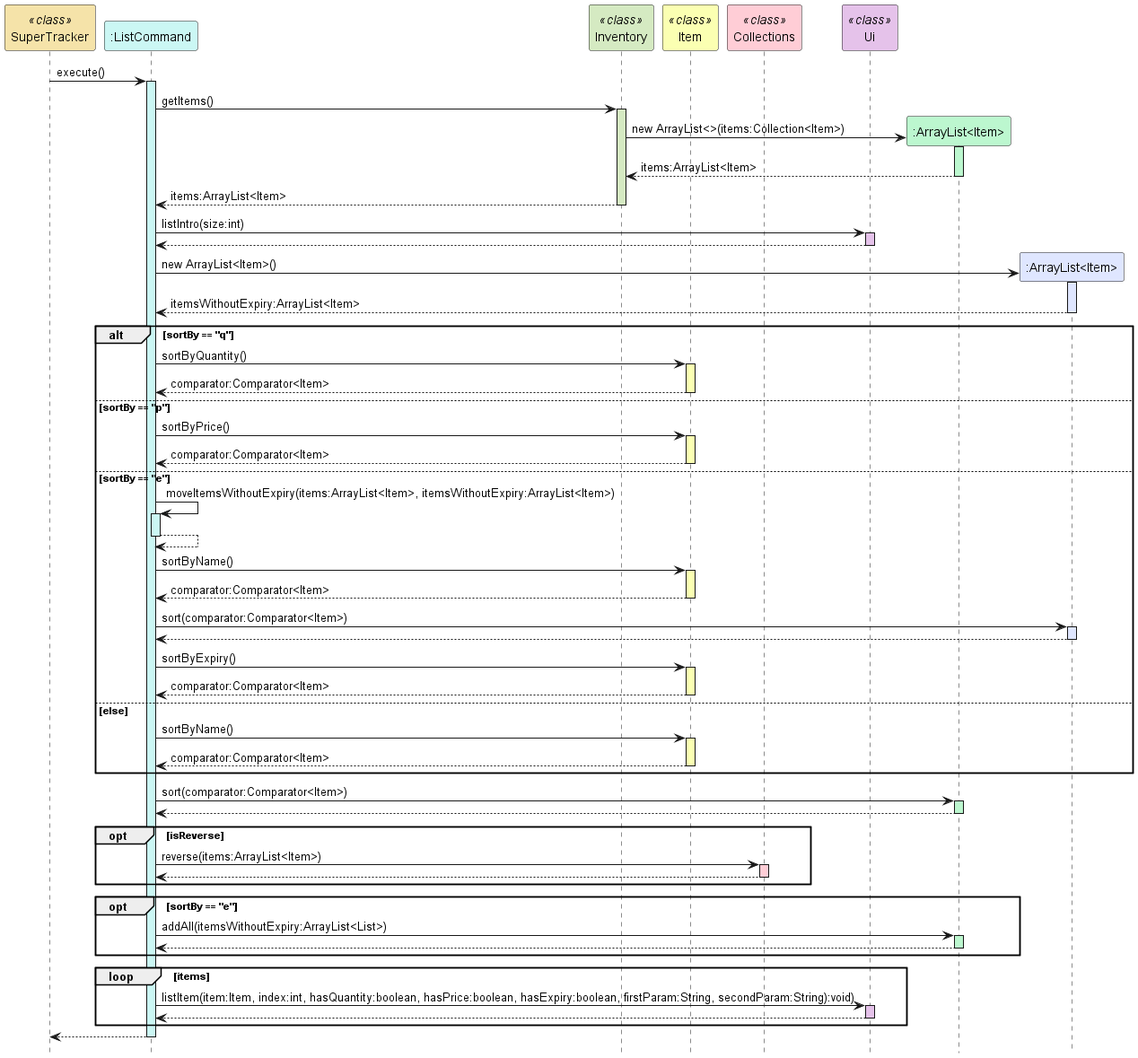
The PlantUML diagram docs/uml-diagrams/ListCommandSequence.png in rismm/tp, before a commit.
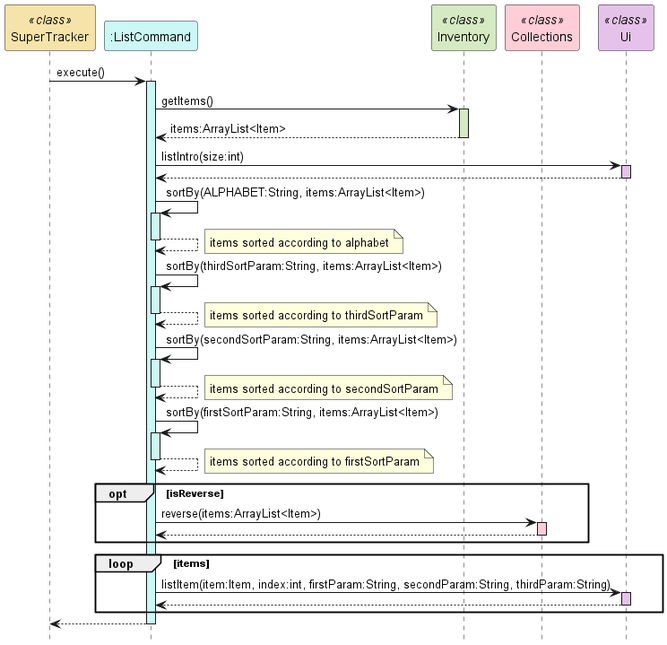
Later version of the same file.

Commit message:
Update UML diagrams for list command

Change to the diagram source:
```diff
@@ -3,22 +3,14 @@
 participant "SuperTracker" as SuperTracker <<class>> #f5e3a9
 participant ":ListCommand" as ListCommand #cbf7f4
 participant "Inventory" as Inventory <<class>> #d5eac2
-participant "Item" as Item <<class>> #fbffb2
 participant "Collections" as Collections <<class>> #ffcdd6
 participant "Ui" as Ui <<class>> #e5c2ea
-participant ":ArrayList<Item>" as ArrayList #bcf7cf
-participant ":ArrayList<Item>" as ArrayList2 #dfe6ff
 
 SuperTracker -> ListCommand : execute()
 activate ListCommand #cbf7f4
 
 ListCommand -> Inventory : getItems()
 activate Inventory #d5eac2
-
-Inventory -> ArrayList ** : new ArrayList<>(items:Collection<Item>)
-activate ArrayList #bcf7cf
-ArrayList --> Inventory : items:ArrayList<Item>
-deactivate ArrayList
 
 Inventory --> ListCommand : items:ArrayList<Item>
 deactivate Inventory
@@ -28,60 +20,29 @@
 Ui --> ListCommand
 deactivate Ui
 
-ListCommand -> ArrayList2 ** : new ArrayList<Item>()
-activate ArrayList2 #dfe6ff
-ArrayList2 --> ListCommand : itemsWithoutExpiry:ArrayList<Item>
-deactivate ArrayList2
-
-alt sortBy == "q"
-
-ListCommand -> Item : sortByQuantity()
-activate Item #fbffb2
-Item --> ListCommand : comparator:Comparator<Item>
-deactivate Item
-
-else sortBy == "p"
-
-ListCommand -> Item : sortByPrice()
-activate Item #fbffb2
-Item --> ListCommand : comparator:Comparator<Item>
-deactivate Item
-
-else sortBy == "e"
-
-ListCommand -> ListCommand : moveItemsWithoutExpiry(items:ArrayList<Item>, itemsWithoutExpiry:ArrayList<Item>)
+ListCommand -> ListCommand : sortBy(ALPHABET:String, items:ArrayList<Item>)
 activate ListCommand #cbf7f4
 ListCommand --> ListCommand
+note right : items sorted according to alphabet
 deactivate ListCommand
 
-ListCommand -> Item : sortByName()
-activate Item #fbffb2
-Item --> ListCommand : comparator:Comparator<Item>
-deactivate Item
+ListCommand -> ListCommand : sortBy(thirdSortParam:String, items:ArrayList<Item>)
+activate ListCommand #cbf7f4
+ListCommand --> ListCommand
+note right : items sorted according to thirdSortParam
+deactivate ListCommand
 
-ListCommand -> ArrayList2 : sort(comparator:Comparator<Item>)
-activate ArrayList2 #dfe6ff
-ArrayList2 --> ListCommand
-deactivate ArrayList2
+ListCommand -> ListCommand : sortBy(secondSortParam:String, items:ArrayList<Item>)
+activate ListCommand #cbf7f4
+ListCommand --> ListCommand
+note right : items sorted according to secondSortParam
+deactivate ListCommand
 
-ListCommand -> Item : sortByExpiry()
-activate Item #fbffb2
-Item --> ListCommand : comparator:Comparator<Item>
-deactivate Item
-
-else else
-
-ListCommand -> Item : sortByName()
-activate Item #fbffb2
-Item --> ListCommand : comparator:Comparator<Item>
-deactivate Item
-
-end
-
-ListCommand -> ArrayList : sort(comparator:Comparator<Item>)
-activate ArrayList #bcf7cf
-ArrayList --> ListCommand
-deactivate ArrayList
+ListCommand -> ListCommand : sortBy(firstSortParam:String, items:ArrayList<Item>)
+activate ListCommand #cbf7f4
+ListCommand --> ListCommand
+note right : items sorted according to firstSortParam
+deactivate ListCommand
 
 opt isReverse
 
@@ -92,18 +53,9 @@
 
 end
 
-opt sortBy == "e"
-
-ListCommand -> ArrayList : addAll(itemsWithoutExpiry:ArrayList<List>)
-activate ArrayList #bcf7cf
-ArrayList --> ListCommand
-deactivate
-
-end
-
 loop items
 
-ListCommand -> Ui : listItem(item:Item, index:int, hasQuantity:boolean, hasPrice:boolean, hasExpiry:boolean, firstParam:String, secondParam:String):void)
+ListCommand -> Ui : listItem(item:Item, index:int, firstParam:String, secondParam:String, thirdParam:String)
 activate Ui #e5c2ea
 Ui --> ListCommand
 deactivate Ui
```
